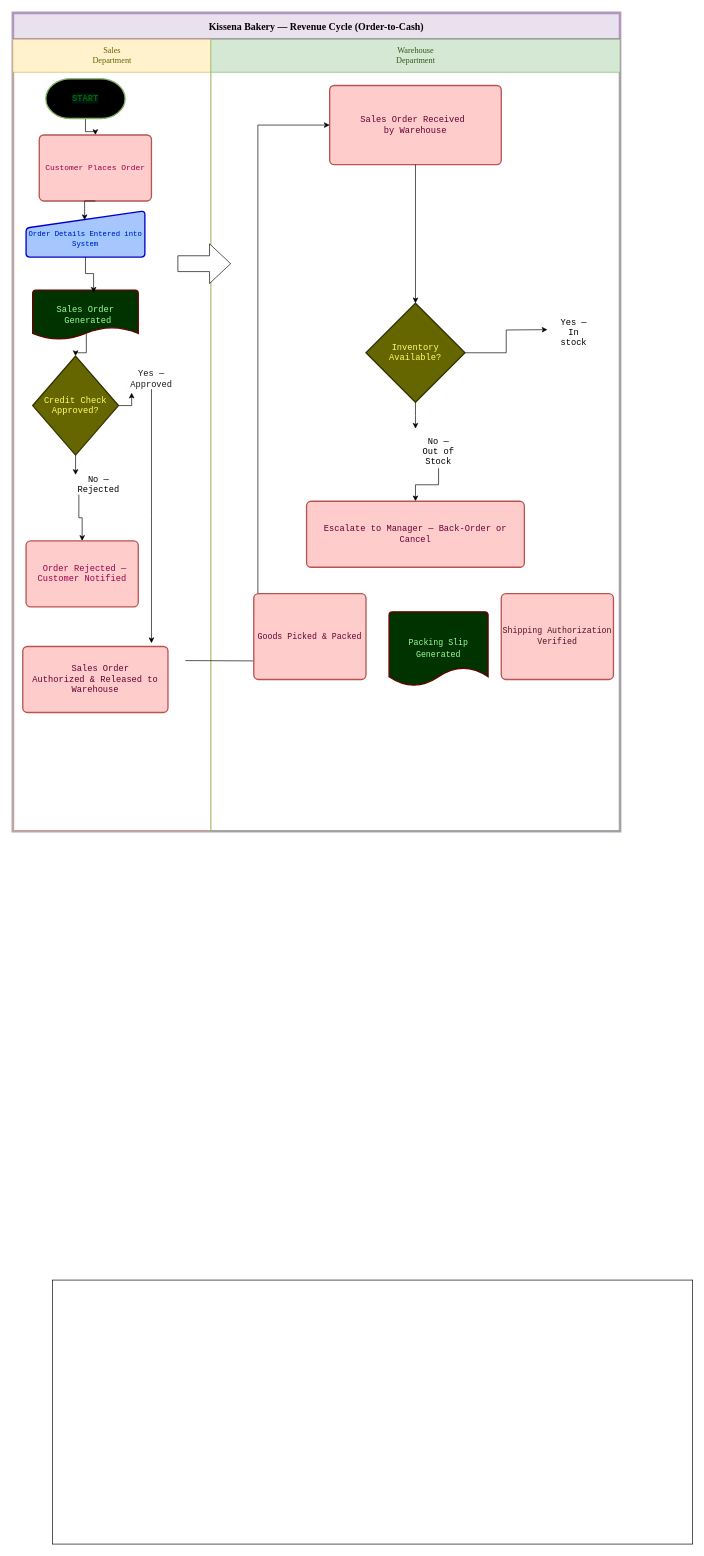
Qasem90/drawio keeps this draw.io diagram as page "Page-1" (1 of 4) of Revenue_Cycle_Controls.drawio. Above is the earlier version. Source tidied: cells renumbered, new cells numbered last; positions are measured from the earlier drawing's top-left corner, leaving out a move shared by most shapes. Both pictures are drawn from the tidied source at 66%, with x=0, y=0 at pixel (13, 13).
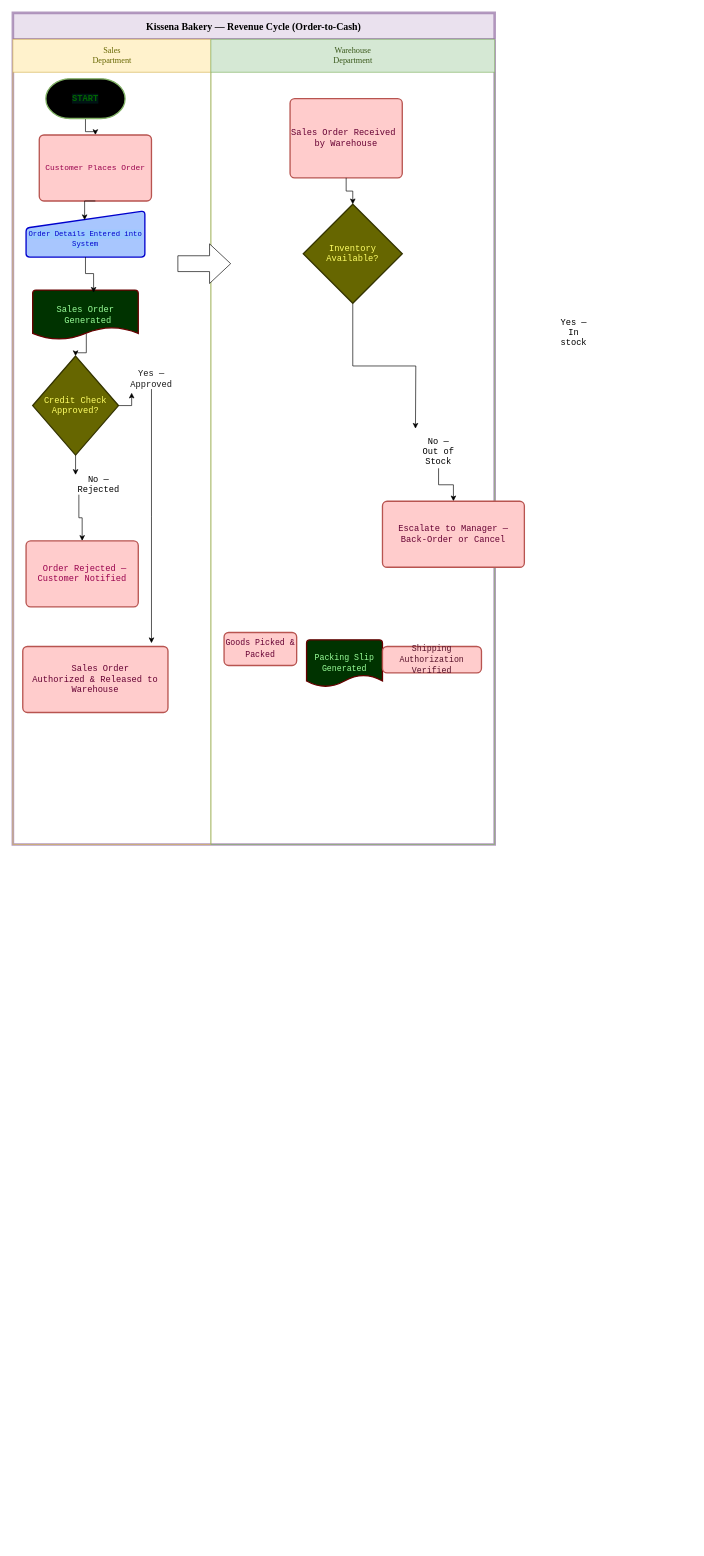
The same page after the edit.

The edit, as a diff of the source:
```diff
@@
     <mxCell id="2" value="&lt;span style=&quot;white-space: normal; caret-color: rgb(0, 245, 255); color: rgb(0, 0, 0);&quot;&gt;&lt;b&gt;Kissena Bakery — Revenue Cycle (Order-to-Cash)&lt;/b&gt;&lt;/span&gt;" style="swimlane;startSize=40;html=1;swimlaneFillColor=none;fillColor=#e1d5e7;strokeWidth=4;opacity=70;fontStyle=0;fontFamily=Times New Roman;align=center;fontSize=15;textDirection=ltr;labelBackgroundColor=none;whiteSpace=wrap;convertToSvg=1;svgWhiteSpace=wrap;strokeColor=#9673a6;" parent="1" vertex="1">
-      <mxGeometry width="920" height="1240" as="geometry" />
+      <mxGeometry width="730" height="1260" as="geometry" />
     </mxCell>
     <mxCell id="3" value="&lt;span style=&quot;font-weight: 400; text-align: start; white-space: normal; caret-color: rgb(0, 245, 255); font-size: 12.512px; color: rgb(102, 102, 0);&quot;&gt;&lt;font face=&quot;Times New Roman&quot;&gt;Sales Department&lt;/font&gt;&lt;/span&gt;" style="swimlane;startSize=50;html=1;fillColor=#fff2cc;strokeColor=#d6b656;" parent="2" vertex="1">
-      <mxGeometry y="40" width="300" height="1200" as="geometry" />
+      <mxGeometry y="40" width="300" height="1220" as="geometry" />
     </mxCell>
@@
     <mxCell id="21" value="&lt;p&gt;&lt;span style=&quot;font-weight: 400; text-align: start; white-space: normal; caret-color: rgb(0, 245, 255); font-size: 12.512px; color: light-dark(rgb(56, 87, 26), rgb(0, 115, 123));&quot;&gt;&lt;font face=&quot;Times New Roman&quot;&gt;Warehouse Department&lt;/font&gt;&lt;/span&gt;&lt;/p&gt;" style="swimlane;startSize=50;html=1;fillColor=#d5e8d4;strokeColor=#82b366;" parent="2" vertex="1">
-      <mxGeometry x="300" y="40" width="620" height="1200" as="geometry" />
+      <mxGeometry x="300" y="40" width="430" height="1220" as="geometry" />
     </mxCell>
@@
     <mxCell id="23" value="&lt;span style=&quot;caret-color: rgb(0, 245, 255); font-family: &amp;quot;Share Tech Mono&amp;quot;, monospace; font-size: 13.192px; color: rgb(102, 0, 51);&quot;&gt;Sales Order Received&amp;nbsp;&lt;/span&gt;&lt;div&gt;&lt;span style=&quot;caret-color: rgb(0, 245, 255); font-family: &amp;quot;Share Tech Mono&amp;quot;, monospace; font-size: 13.192px; color: rgb(102, 0, 51);&quot;&gt;by Warehouse&lt;/span&gt;&lt;/div&gt;" style="rounded=1;whiteSpace=wrap;html=1;absoluteArcSize=1;arcSize=14;strokeWidth=2;fillColor=#FFCCCC;strokeColor=#b85450;align=center;" parent="21" vertex="1">
-      <mxGeometry x="180" y="70" width="260" height="120" as="geometry" />
+      <mxGeometry x="120" y="90" width="170" height="120" as="geometry" />
     </mxCell>
-    <mxCell id="24" style="edgeStyle=orthogonalEdgeStyle;rounded=0;jettySize=auto;html=1;exitX=1;exitY=0.5;exitDx=0;exitDy=0;entryX=0;entryY=0.5;entryDx=0;entryDy=0;" parent="21" edge="1" target="23">
-      <mxGeometry relative="1" as="geometry">
-        <mxPoint x="-38.7" y="941.4" as="sourcePoint" />
-      </mxGeometry>
-    </mxCell>
-    <mxCell id="25" style="edgeStyle=orthogonalEdgeStyle;rounded=0;jettySize=auto;html=1;exitX=1;exitY=0.5;exitDx=0;exitDy=0;exitPerimeter=0;" parent="21" edge="1" source="27">
-      <mxGeometry relative="1" as="geometry">
-        <mxPoint x="510" y="440" as="targetPoint" />
-      </mxGeometry>
-    </mxCell>
@@
     <mxCell id="27" value="&lt;span style=&quot;caret-color: rgb(0, 245, 255); font-family: &amp;quot;Share Tech Mono&amp;quot;, monospace; font-size: 13.192px; color: rgb(255, 255, 102);&quot;&gt;Inventory Available?&lt;/span&gt;" style="strokeWidth=2;html=1;shape=mxgraph.flowchart.decision;whiteSpace=wrap;align=center;strokeColor=#333300;fillColor=#666600;" parent="21" vertex="1">
-      <mxGeometry x="235" y="400" width="150" height="150" as="geometry" />
+      <mxGeometry x="140" y="250" width="150" height="150" as="geometry" />
     </mxCell>
@@
     <mxCell id="32" value="&lt;span style=&quot;caret-color: rgb(0, 245, 255); font-family: &amp;quot;Share Tech Mono&amp;quot;, monospace; font-size: 12.512px; color: rgb(153, 255, 153);&quot;&gt;Packing Slip Generated&lt;/span&gt;" style="strokeWidth=2;html=1;shape=mxgraph.flowchart.document2;whiteSpace=wrap;size=0.25;strokeColor=#660000;gradientColor=none;gradientDirection=west;fillColor=#003300;" parent="21" vertex="1">
-      <mxGeometry x="270" y="867.5" width="150" height="112.5" as="geometry" />
+      <mxGeometry x="145" y="910" width="115" height="71.2" as="geometry" />
     </mxCell>
     <mxCell id="33" value="&lt;span style=&quot;caret-color: rgb(0, 245, 255); font-family: &amp;quot;Share Tech Mono&amp;quot;, monospace; font-size: 13.192px; color: rgb(102, 0, 51);&quot;&gt;Escalate to Manager — Back-Order or Cancel&lt;/span&gt;" style="rounded=1;whiteSpace=wrap;html=1;absoluteArcSize=1;arcSize=14;strokeWidth=2;fillColor=#FFCCCC;strokeColor=#b85450;" parent="21" vertex="1">
-      <mxGeometry x="145" y="700" width="330" height="100" as="geometry" />
+      <mxGeometry x="260" y="700" width="215" height="100" as="geometry" />
     </mxCell>
     <mxCell id="34" value="&lt;span style=&quot;caret-color: rgb(0, 245, 255); font-family: &amp;quot;Share Tech Mono&amp;quot;, monospace; font-size: 12.512px; color: rgb(102, 0, 51);&quot;&gt;Goods Picked &amp;amp; Packed&lt;/span&gt;" style="rounded=1;whiteSpace=wrap;html=1;absoluteArcSize=1;arcSize=14;strokeWidth=2;fillColor=#FFCCCC;strokeColor=#b85450;" parent="21" vertex="1">
-      <mxGeometry x="65" y="840" width="170" height="130" as="geometry" />
+      <mxGeometry x="20" y="898.8" width="110" height="50" as="geometry" />
     </mxCell>
     <mxCell id="35" value="&lt;span style=&quot;caret-color: rgb(0, 245, 255); font-family: &amp;quot;Share Tech Mono&amp;quot;, monospace; font-size: 12.512px; color: light-dark(rgb(86, 16, 41), rgb(24, 24, 0));&quot;&gt;Shipping Authorization Verified&lt;/span&gt;" style="rounded=1;whiteSpace=wrap;html=1;absoluteArcSize=1;arcSize=14;strokeWidth=2;fillColor=#FFCCCC;strokeColor=#b85450;" parent="21" vertex="1">
-      <mxGeometry x="440" y="840" width="170" height="130" as="geometry" />
+      <mxGeometry x="260" y="920" width="150" height="40" as="geometry" />
     </mxCell>
-    <mxCell id="36" style="rounded=0;whiteSpace=wrap;html=1;" parent="1" vertex="1">
-      <mxGeometry x="60" y="1920" width="970" height="400" as="geometry" />
-    </mxCell>
```
